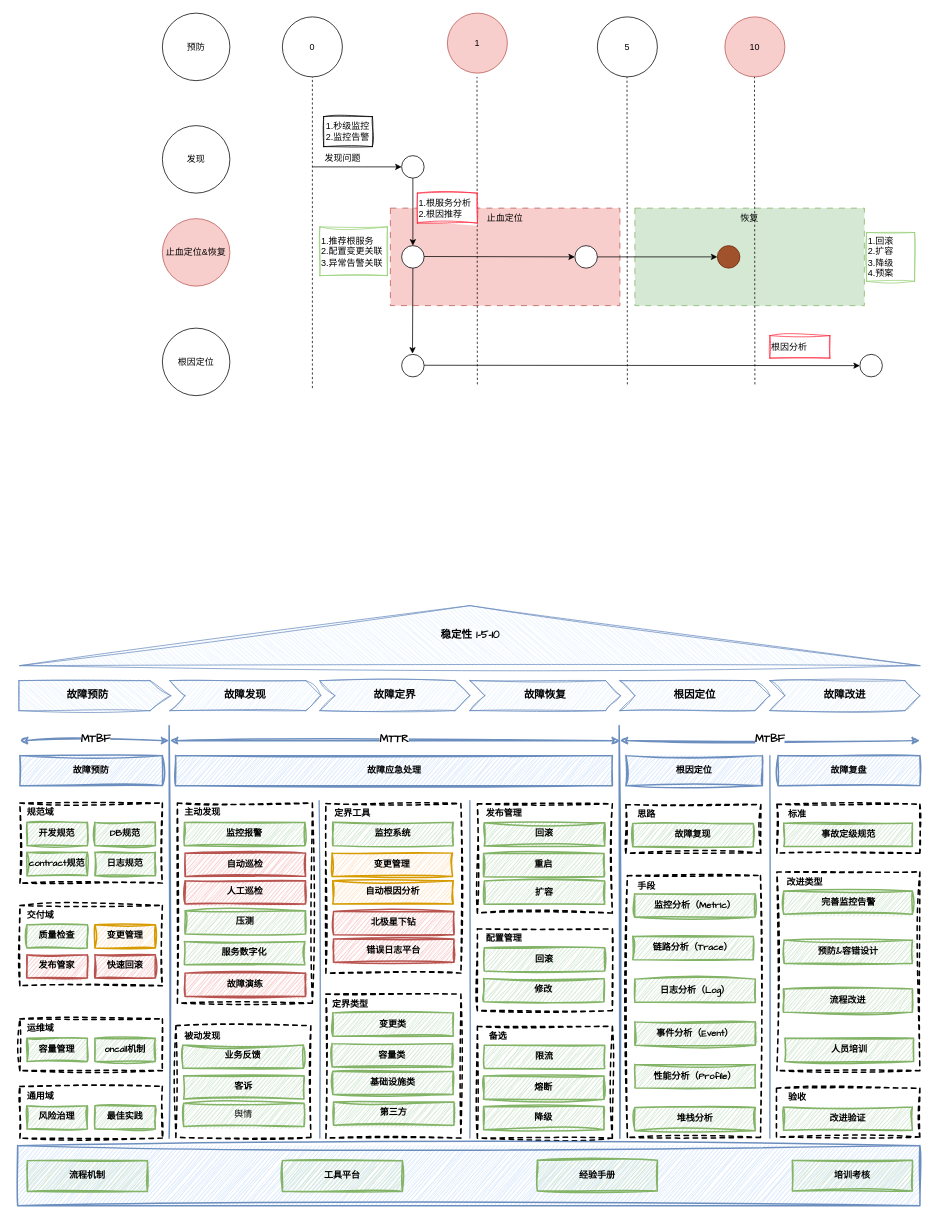
Before: page "1-5-10" (1 of 5) of tech/arch/稳定性.drawio in zhuanzhuan-tech/arch-draw-io, a draw.io diagram. Source tidied: cells renumbered, new cells numbered last; positions are measured from the earlier drawing's top-left corner, leaving out a move shared by most shapes. Both pictures are drawn from the tidied source at 75%, with x=0, y=0 at pixel (17, 13).
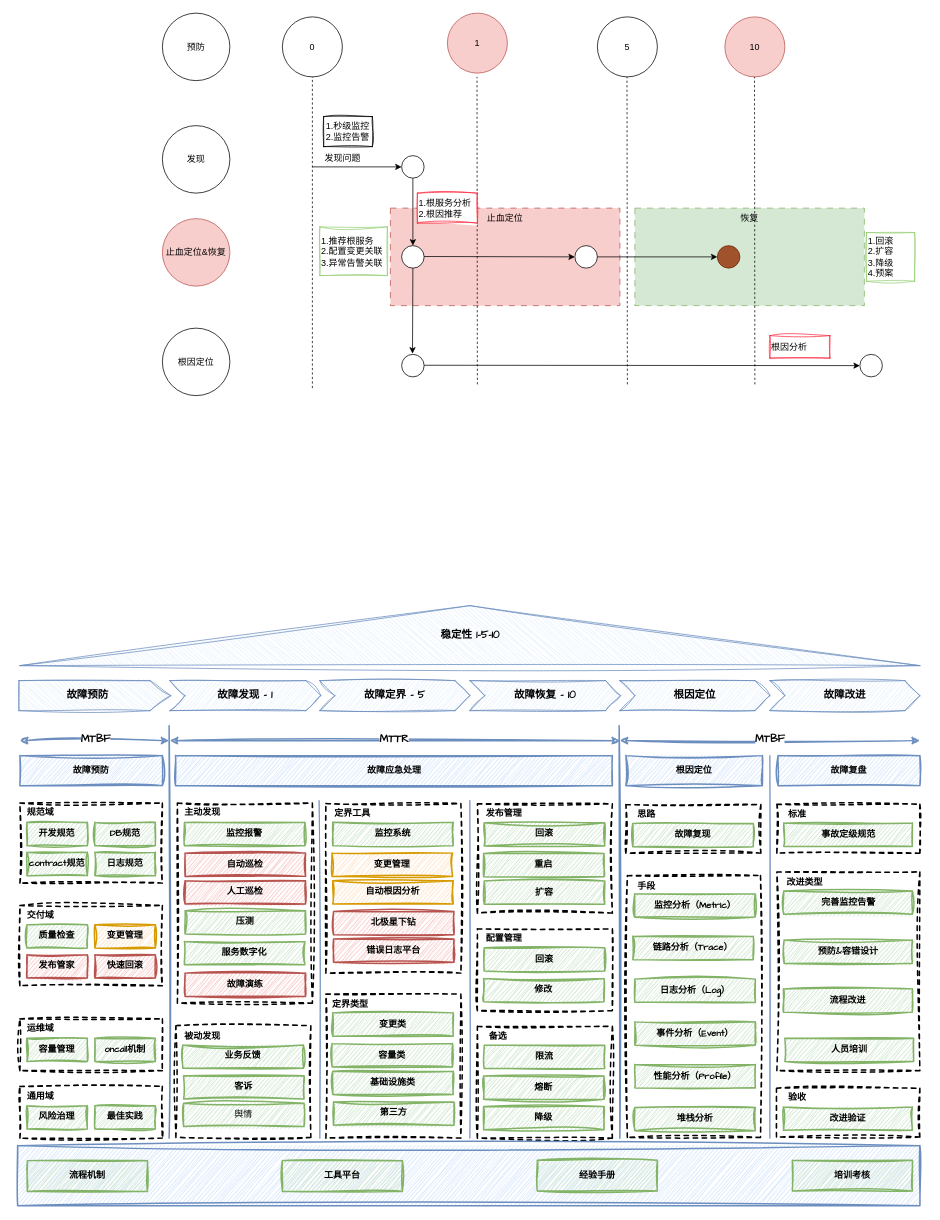
After the change.

Commit message (it also covers changes not shown here):
更新稳定性.drawio

What changed in the source:
```diff
@@
-    <mxCell id="38" value="&lt;font style=&quot;font-size: 14px;&quot;&gt;&lt;b&gt;故障发现&lt;/b&gt;&lt;/font&gt;" style="shape=step;perimeter=stepPerimeter;whiteSpace=wrap;html=1;fixedSize=1;sketch=1;hachureGap=4;jiggle=2;curveFitting=1;fontFamily=Architects Daughter;fillColor=#dae8fc;strokeColor=#6c8ebf;" parent="1" vertex="1">
+    <mxCell id="38" value="&lt;font style=&quot;font-size: 14px;&quot;&gt;&lt;b&gt;故障发现 - 1&lt;/b&gt;&lt;/font&gt;" style="shape=step;perimeter=stepPerimeter;whiteSpace=wrap;html=1;fixedSize=1;sketch=1;hachureGap=4;jiggle=2;curveFitting=1;fontFamily=Architects Daughter;fillColor=#dae8fc;strokeColor=#6c8ebf;" parent="1" vertex="1">
       <mxGeometry x="203" y="890" width="201.2" height="40" as="geometry" />
     </mxCell>
-    <mxCell id="39" value="&lt;font style=&quot;font-size: 14px;&quot;&gt;&lt;b&gt;故障定界&lt;/b&gt;&lt;/font&gt;" style="shape=step;perimeter=stepPerimeter;whiteSpace=wrap;html=1;fixedSize=1;sketch=1;hachureGap=4;jiggle=2;curveFitting=1;fontFamily=Architects Daughter;fillColor=#dae8fc;strokeColor=#6c8ebf;" parent="1" vertex="1">
+    <mxCell id="39" value="&lt;font style=&quot;font-size: 14px;&quot;&gt;&lt;b&gt;故障定界 - 5&lt;/b&gt;&lt;/font&gt;" style="shape=step;perimeter=stepPerimeter;whiteSpace=wrap;html=1;fixedSize=1;sketch=1;hachureGap=4;jiggle=2;curveFitting=1;fontFamily=Architects Daughter;fillColor=#dae8fc;strokeColor=#6c8ebf;" parent="1" vertex="1">
       <mxGeometry x="403" y="890" width="200" height="40" as="geometry" />
     </mxCell>
-    <mxCell id="40" value="&lt;font style=&quot;font-size: 14px;&quot;&gt;&lt;b&gt;故障恢复&lt;/b&gt;&lt;/font&gt;" style="shape=step;perimeter=stepPerimeter;whiteSpace=wrap;html=1;fixedSize=1;sketch=1;hachureGap=4;jiggle=2;curveFitting=1;fontFamily=Architects Daughter;fillColor=#dae8fc;strokeColor=#6c8ebf;" parent="1" vertex="1">
+    <mxCell id="40" value="&lt;font style=&quot;font-size: 14px;&quot;&gt;&lt;b&gt;故障恢复 - 10&lt;/b&gt;&lt;/font&gt;" style="shape=step;perimeter=stepPerimeter;whiteSpace=wrap;html=1;fixedSize=1;sketch=1;hachureGap=4;jiggle=2;curveFitting=1;fontFamily=Architects Daughter;fillColor=#dae8fc;strokeColor=#6c8ebf;" parent="1" vertex="1">
       <mxGeometry x="603" y="890" width="201" height="40" as="geometry" />
     </mxCell>
```
